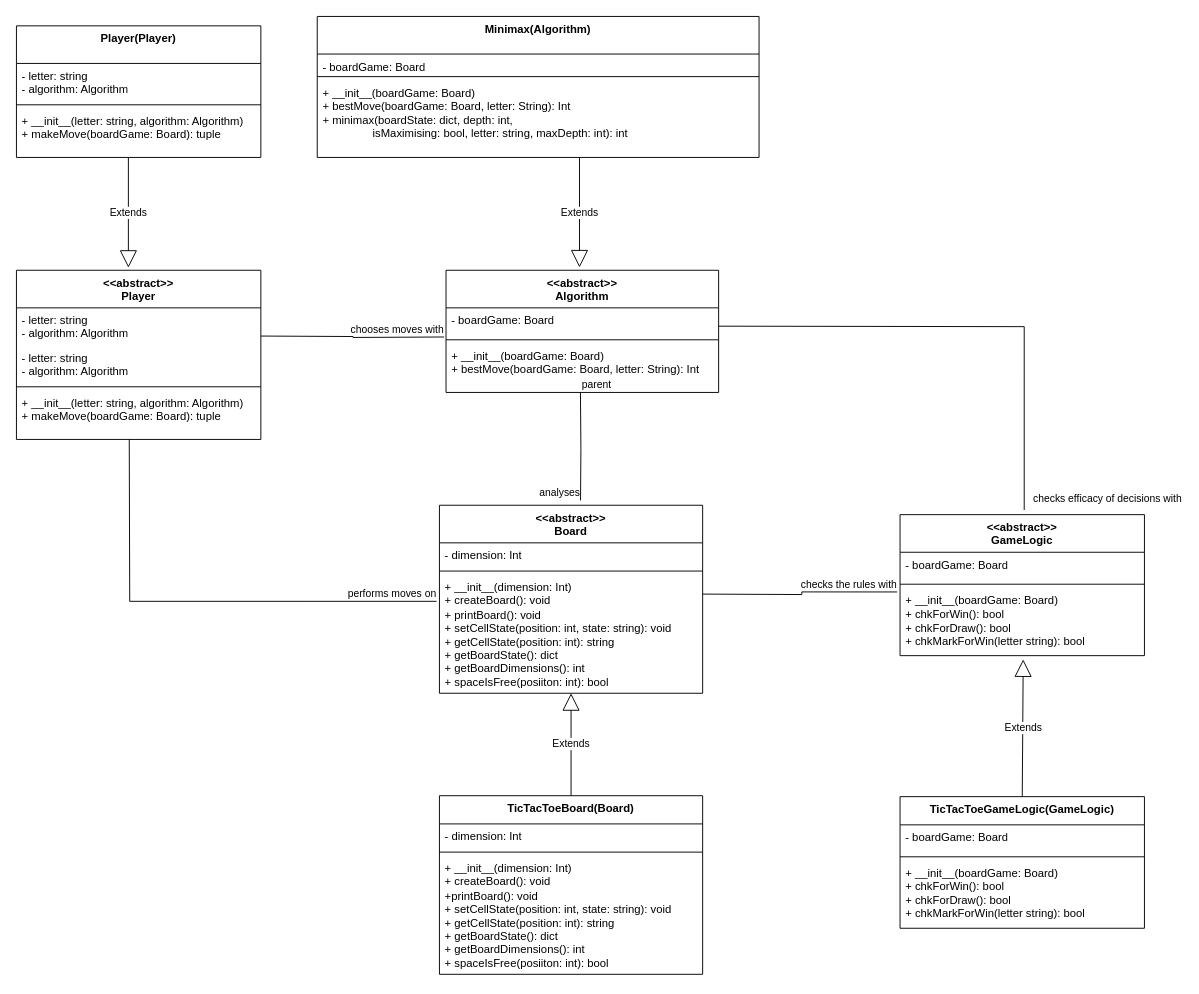
bennyp85/sit320-advanced-algorithms keeps this draw.io diagram as module 2/module-two-uml.drawio. Above is the earlier version. Source tidied: cells renumbered, new cells numbered last; positions are measured from the earlier drawing's top-left corner, leaving out a move shared by most shapes. Both pictures are drawn from the tidied source at 94%, with x=0, y=0 at pixel (16, 16).
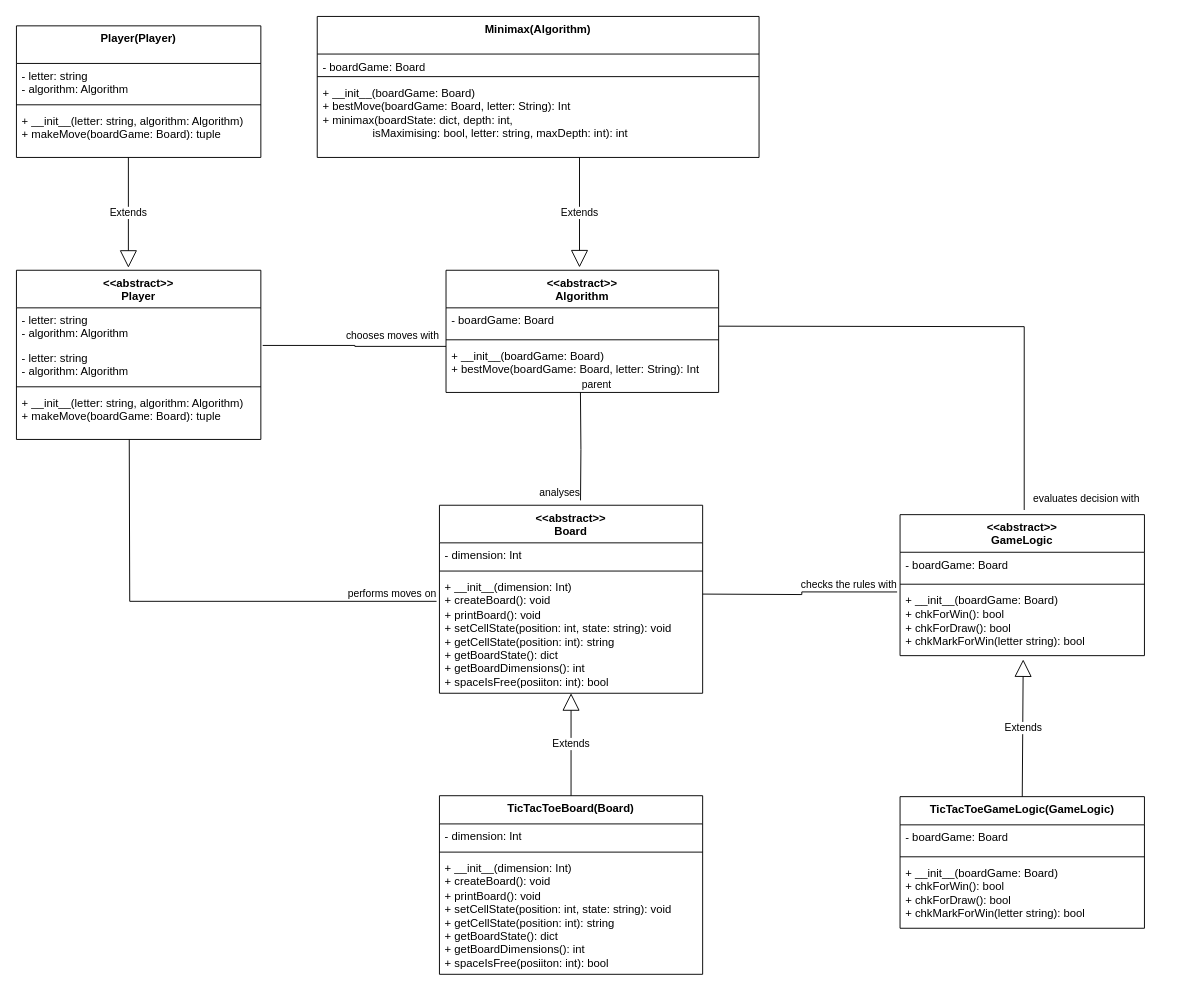
After the change.

Unchanged cells that the change refers to:
```xml
<mxCell id="27" value="TicTacToeBoard(Board)" style="swimlane;fontStyle=1;align=center;verticalAlign=top;horizontal=1;startSize=30;whiteSpace=wrap;html=1;" parent="1" vertex="1">
  <mxGeometry x="450" y="829" width="280" height="190" as="geometry" />
</mxCell>
<mxCell id="35" style="endArrow=none;html=1;edgeStyle=orthogonalEdgeStyle;rounded=0;entryX=0.508;entryY=-0.033;entryDx=0;entryDy=0;entryPerimeter=0;" parent="1" edge="1" target="10">
  <mxGeometry relative="1" as="geometry">
    <mxPoint x="747" y="329.5" as="sourcePoint" />
  </mxGeometry>
</mxCell>
```

What changed in the source:
```diff
@@
-    <mxCell id="30" value="+ __init__(dimension: Int)&lt;br&gt;+ createBoard(): void&lt;br&gt;+printBoard(): void&lt;br&gt;+ setCellState(position: int, state: string): void&lt;br&gt;+ getCellState(position: int): string&lt;br&gt;+ getBoardState(): dict&lt;br&gt;+ getBoardDimensions(): int&lt;br&gt;+ spaceIsFree(posiiton: int): bool" style="text;strokeColor=none;fillColor=none;align=left;verticalAlign=top;spacingLeft=4;spacingRight=4;overflow=hidden;whiteSpace=wrap;html=1;" parent="27" vertex="1">
+    <mxCell id="30" value="+ __init__(dimension: Int)&lt;br&gt;+ createBoard(): void&lt;br&gt;+ printBoard(): void&lt;br&gt;+ setCellState(position: int, state: string): void&lt;br&gt;+ getCellState(position: int): string&lt;br&gt;+ getBoardState(): dict&lt;br&gt;+ getBoardDimensions(): int&lt;br&gt;+ spaceIsFree(posiiton: int): bool" style="text;strokeColor=none;fillColor=none;align=left;verticalAlign=top;spacingLeft=4;spacingRight=4;overflow=hidden;whiteSpace=wrap;html=1;" parent="27" vertex="1">
       <mxGeometry y="64" width="280" height="126" as="geometry" />
     </mxCell>
@@
-    <mxCell id="36" value="checks efficacy of decisions with" style="edgeLabel;html=1;align=left;verticalAlign=bottom;" parent="35" vertex="1">
+    <mxCell id="36" value="evaluates decision with" style="edgeLabel;html=1;align=left;verticalAlign=bottom;" parent="35" vertex="1">
       <mxGeometry x="-1" relative="1" as="geometry">
         <mxPoint x="333" y="191" as="offset" />
       </mxGeometry>
     </mxCell>
@@
     <mxCell id="40" style="endArrow=none;html=1;edgeStyle=orthogonalEdgeStyle;rounded=0;" parent="1" edge="1">
       <mxGeometry relative="1" as="geometry">
-        <mxPoint x="260" y="340" as="sourcePoint" />
-        <mxPoint x="455" y="341" as="targetPoint" />
+        <mxPoint x="262" y="350" as="sourcePoint" />
+        <mxPoint x="457" y="351" as="targetPoint" />
+        <Array as="points">
+          <mxPoint x="360" y="350" />
+        </Array>
       </mxGeometry>
     </mxCell>
     <mxCell id="41" value="chooses moves with" style="edgeLabel;html=1;align=right;verticalAlign=bottom;" parent="40" vertex="1">
-      <mxGeometry x="1" relative="1" as="geometry" />
+      <mxGeometry x="1" relative="1" as="geometry">
+        <mxPoint x="-7" y="-3" as="offset" />
+      </mxGeometry>
     </mxCell>
```
